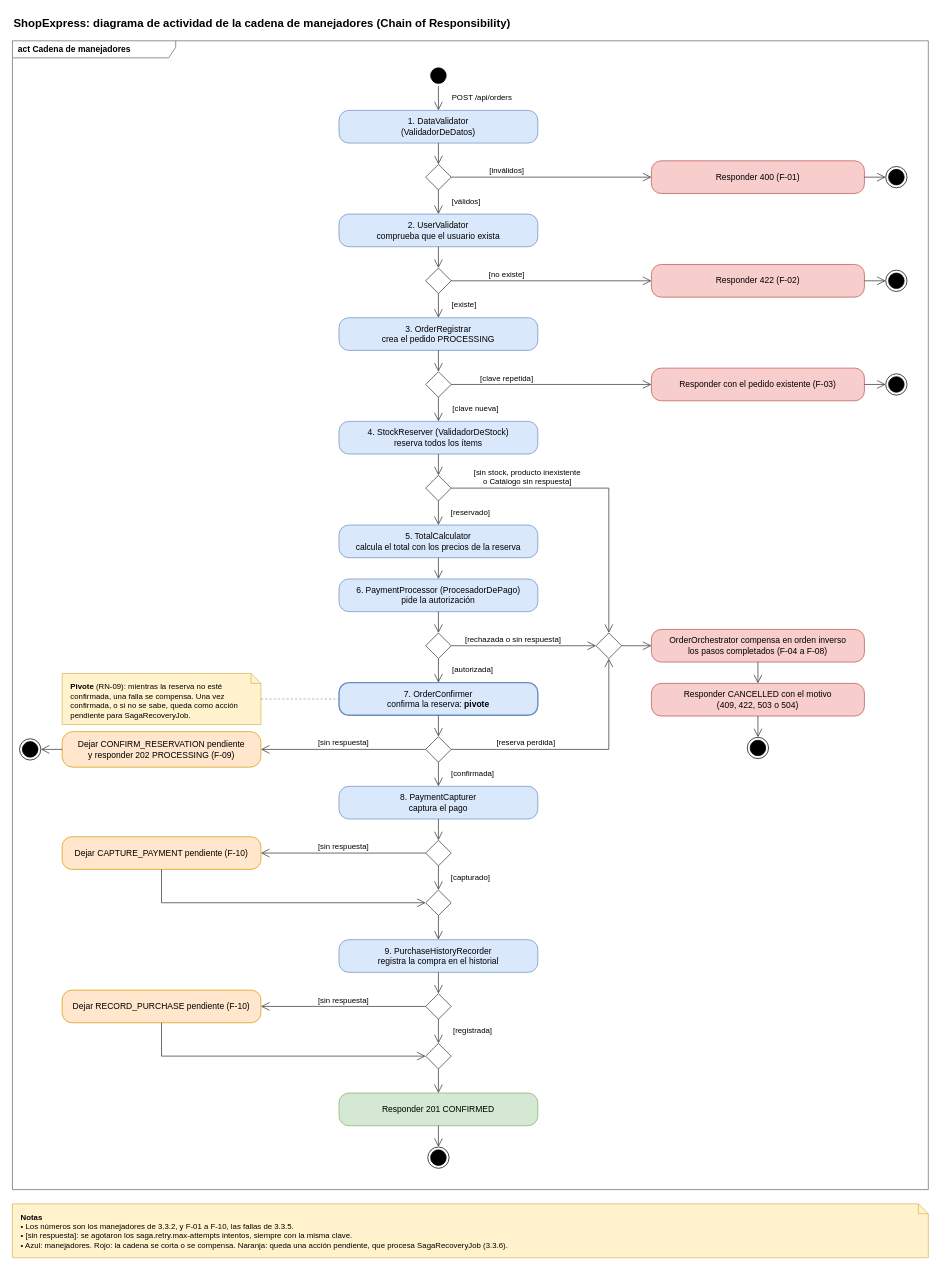
Before: docs/diagramas/cadena-manejadores.drawio in gerburgos/ShopExpress, a draw.io diagram. Source tidied: cells renumbered, new cells numbered last; positions are measured from the earlier drawing's top-left corner, leaving out a move shared by most shapes. Both pictures are drawn from the tidied source at 71%, with x=0, y=0 at pixel (12, 12).
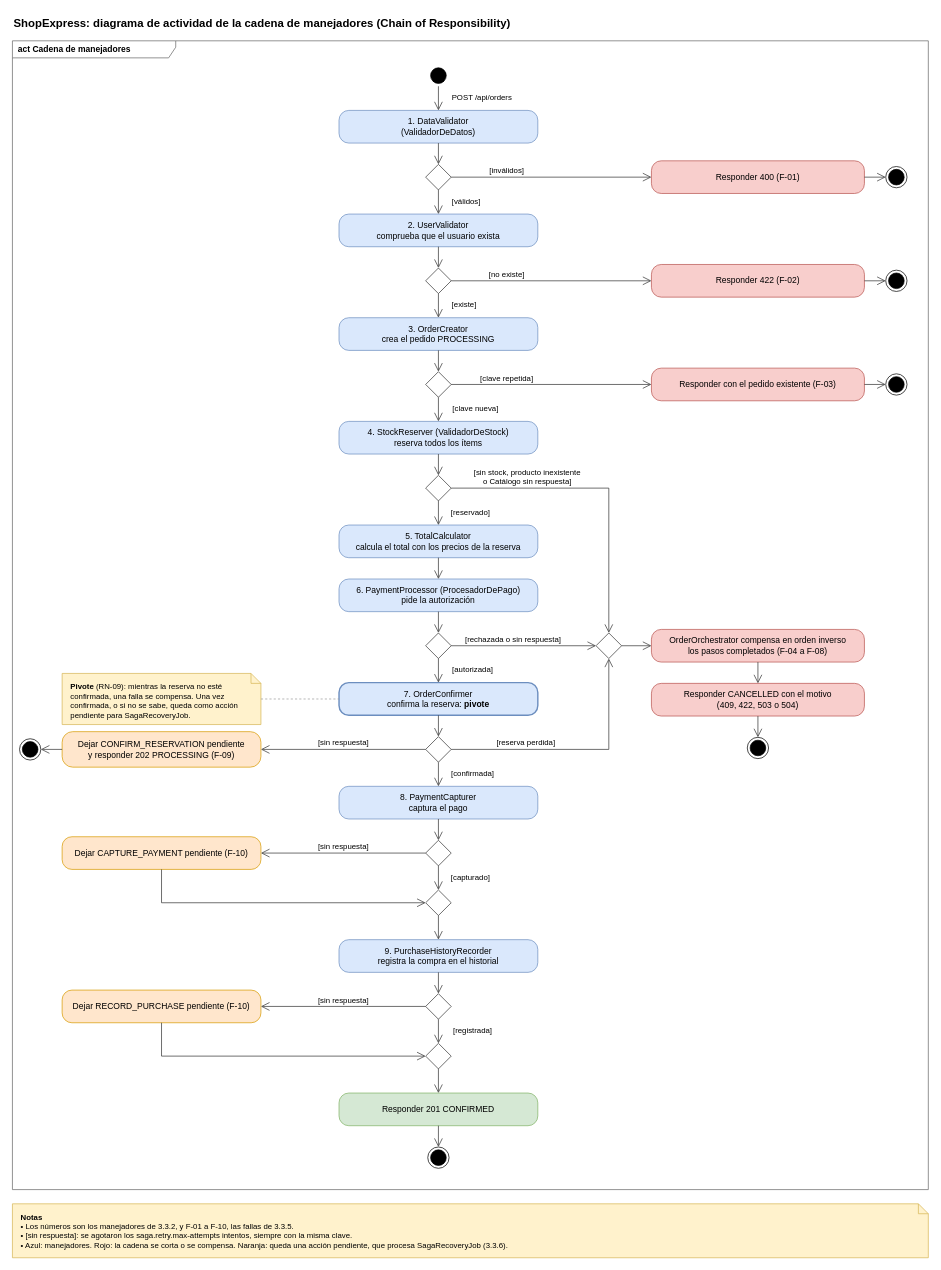
After the change.

What changed in the source:
```diff
@@
-    <mxCell id="21" value="3. OrderRegistrar&lt;br&gt;crea el pedido PROCESSING" style="rounded=1;arcSize=30;whiteSpace=wrap;html=1;fontFamily=Helvetica;fontSize=12;fillColor=#dae8fc;strokeColor=#6c8ebf;" parent="1" vertex="1">
+    <mxCell id="21" value="3. OrderCreator&lt;br&gt;crea el pedido PROCESSING" style="rounded=1;arcSize=30;whiteSpace=wrap;html=1;fontFamily=Helvetica;fontSize=12;fillColor=#dae8fc;strokeColor=#6c8ebf;" parent="1" vertex="1">
       <mxGeometry x="460" y="430" width="280" height="46" as="geometry" />
     </mxCell>
```
